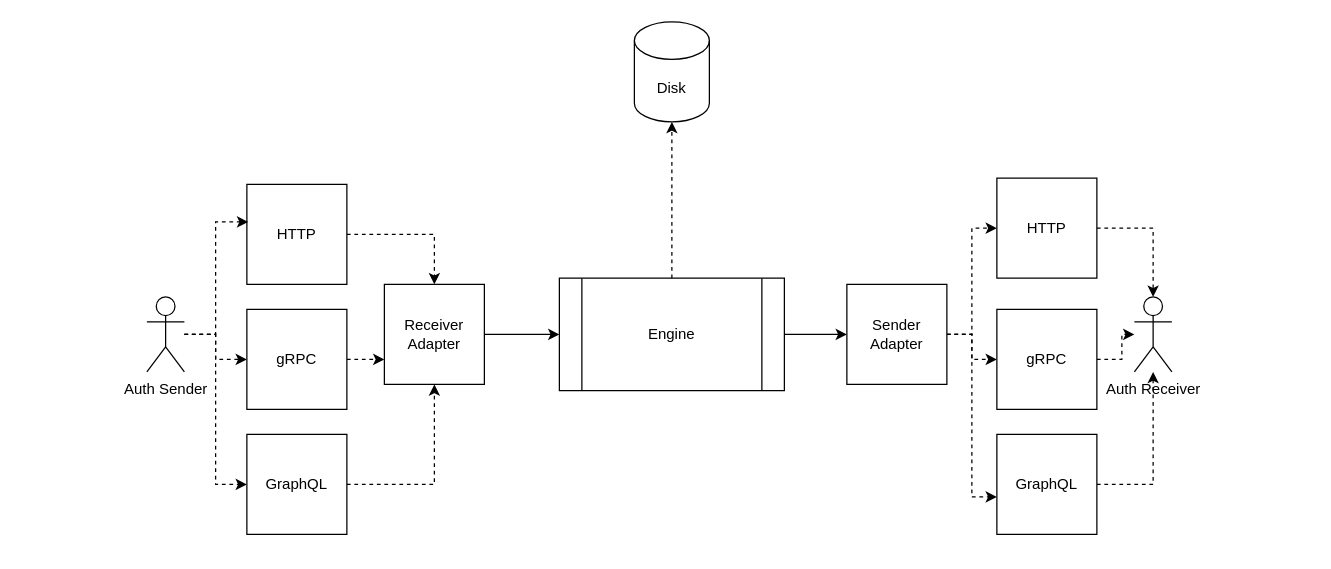
This is reminderdb.drawio from khshourov/draw.io, a draw.io file, before an edit. Source tidied: cells renumbered, new cells numbered last; positions are measured from the earlier drawing's top-left corner, leaving out a move shared by most shapes. Both pictures are drawn from the tidied source at 125%, with x=0, y=0 at pixel (146, 21).
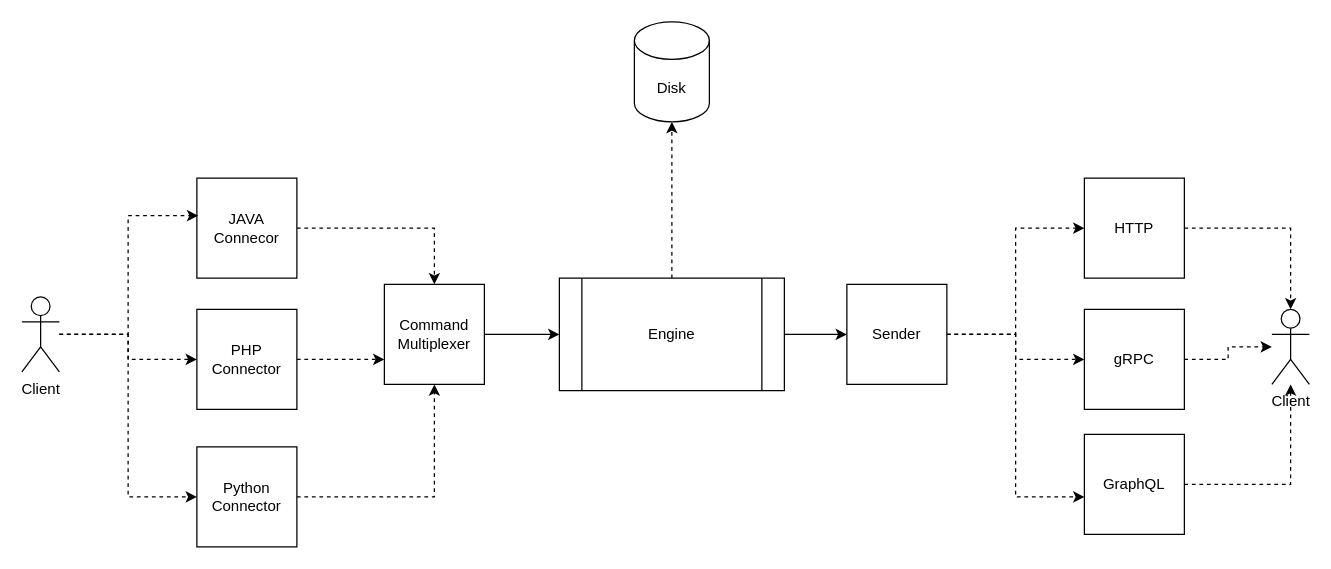
Above is the later version.

What changed in the source:
```diff
@@
-    <mxCell id="3" value="&lt;div&gt;Receiver Adapter&lt;br&gt;&lt;/div&gt;" style="whiteSpace=wrap;html=1;" parent="1" vertex="1">
+    <mxCell id="3" value="&lt;div&gt;Command Multiplexer&lt;br&gt;&lt;/div&gt;" style="whiteSpace=wrap;html=1;" parent="1" vertex="1">
       <mxGeometry x="190" y="210" width="80" height="80" as="geometry" />
     </mxCell>
@@
-    <mxCell id="7" value="Sender Adapter" style="whiteSpace=wrap;html=1;" parent="1" vertex="1">
+    <mxCell id="7" value="Sender" style="whiteSpace=wrap;html=1;" parent="1" vertex="1">
       <mxGeometry x="560" y="210" width="80" height="80" as="geometry" />
     </mxCell>
@@
-    <mxCell id="12" value="HTTP" style="whiteSpace=wrap;html=1;" parent="1" vertex="1">
-      <mxGeometry x="80" y="130" width="80" height="80" as="geometry" />
+    <mxCell id="12" value="JAVA Connecor" style="whiteSpace=wrap;html=1;" parent="1" vertex="1">
+      <mxGeometry x="40" y="125" width="80" height="80" as="geometry" />
     </mxCell>
@@
-    <mxCell id="14" value="gRPC" style="whiteSpace=wrap;html=1;" parent="1" vertex="1">
-      <mxGeometry x="80" y="230" width="80" height="80" as="geometry" />
+    <mxCell id="14" value="PHP Connector" style="whiteSpace=wrap;html=1;" parent="1" vertex="1">
+      <mxGeometry x="40" y="230" width="80" height="80" as="geometry" />
     </mxCell>
@@
-    <mxCell id="16" value="GraphQL" style="whiteSpace=wrap;html=1;" parent="1" vertex="1">
-      <mxGeometry x="80" y="330" width="80" height="80" as="geometry" />
+    <mxCell id="16" value="Python Connector" style="whiteSpace=wrap;html=1;" parent="1" vertex="1">
+      <mxGeometry x="40" y="340" width="80" height="80" as="geometry" />
     </mxCell>
@@
-    <mxCell id="19" value="Auth Sender" style="shape=umlActor;verticalLabelPosition=bottom;verticalAlign=top;html=1;outlineConnect=0;" parent="1" vertex="1">
-      <mxGeometry y="220" width="30" height="60" as="geometry" />
+    <mxCell id="19" value="Client" style="shape=umlActor;verticalLabelPosition=bottom;verticalAlign=top;html=1;outlineConnect=0;" parent="1" vertex="1">
+      <mxGeometry x="-100" y="220" width="30" height="60" as="geometry" />
     </mxCell>
@@
-    <mxCell id="21" value="Auth Receiver" style="shape=umlActor;verticalLabelPosition=bottom;verticalAlign=top;html=1;outlineConnect=0;" parent="1" vertex="1">
-      <mxGeometry x="790" y="220" width="30" height="60" as="geometry" />
+    <mxCell id="21" value="Client" style="shape=umlActor;verticalLabelPosition=bottom;verticalAlign=top;html=1;outlineConnect=0;" parent="1" vertex="1">
+      <mxGeometry x="900" y="230" width="30" height="60" as="geometry" />
     </mxCell>
     <mxCell id="22" value="HTTP" style="whiteSpace=wrap;html=1;" parent="1" vertex="1">
-      <mxGeometry x="680" y="125" width="80" height="80" as="geometry" />
+      <mxGeometry x="750" y="125" width="80" height="80" as="geometry" />
     </mxCell>
@@
     <mxCell id="24" value="gRPC" style="whiteSpace=wrap;html=1;" parent="1" vertex="1">
-      <mxGeometry x="680" y="230" width="80" height="80" as="geometry" />
+      <mxGeometry x="750" y="230" width="80" height="80" as="geometry" />
     </mxCell>
@@
     <mxCell id="26" value="GraphQL" style="whiteSpace=wrap;html=1;" parent="1" vertex="1">
-      <mxGeometry x="680" y="330" width="80" height="80" as="geometry" />
+      <mxGeometry x="750" y="330" width="80" height="80" as="geometry" />
     </mxCell>
```
